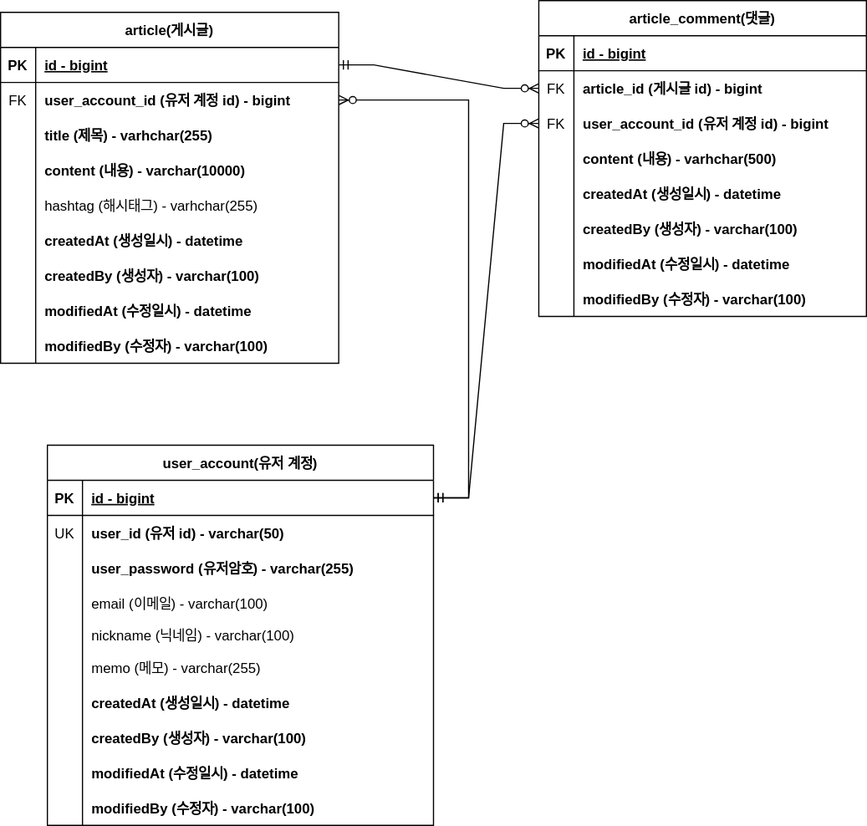
The draw.io diagram document/board-project.svg in daecheolsong/board-project, before a commit. Source tidied: cells renumbered, new cells last; positions are measured from the earlier drawing's top-left corner, leaving out a move shared by most shapes.
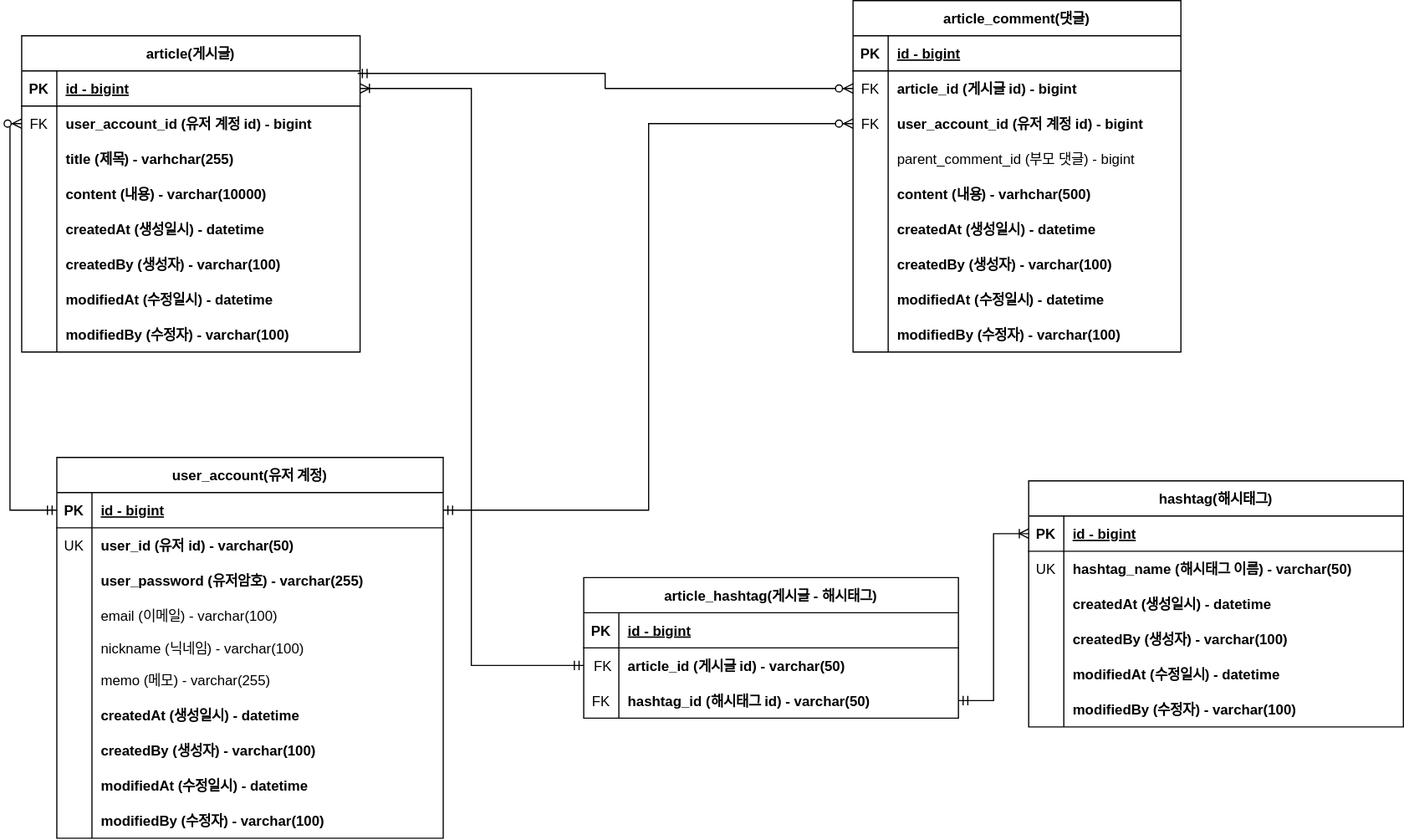
Above is the later version.

Commit message:
#48 - board-project.svg 업데이트: 대댓글, 해시태그

Diff of the diagram source:
```diff
@@ -3,7 +3,7 @@
     <mxCell id="0" />
     <mxCell id="1" parent="0" />
     <mxCell id="2" value="article(게시글)" style="shape=table;startSize=30;rowLines=0;fontStyle=1;align=center;" parent="1" vertex="1">
-      <mxGeometry y="10" width="289" height="300" as="geometry" />
+      <mxGeometry x="10" y="20" width="289" height="270" as="geometry" />
     </mxCell>
     <mxCell id="3" style="shape=partialRectangle;fillColor=none;points=[[0,0.5],[1,0.5]];portConstraint=eastwest;top=0;left=0;right=0;bottom=1;" parent="2" vertex="1">
       <mxGeometry y="30" width="289" height="30" as="geometry" />
@@ -41,17 +41,8 @@
     <mxCell id="14" value="content (내용) - varchar(10000)" style="shape=partialRectangle;overflow=hidden;fillColor=none;top=0;left=0;bottom=0;right=0;align=left;spacingLeft=6;fontStyle=1;" parent="12" vertex="1">
       <mxGeometry x="30" width="259" height="30" as="geometry" />
     </mxCell>
-    <mxCell id="15" style="shape=partialRectangle;fillColor=none;top=0;left=0;right=0;bottom=0;" parent="2" vertex="1">
-      <mxGeometry y="150" width="289" height="30" as="geometry" />
-    </mxCell>
-    <mxCell id="16" style="shape=partialRectangle;overflow=hidden;fillColor=none;top=0;left=0;bottom=0;right=0;" parent="15" vertex="1">
-      <mxGeometry width="30" height="30" as="geometry" />
-    </mxCell>
-    <mxCell id="17" value="hashtag (해시태그) - varhchar(255)" style="shape=partialRectangle;overflow=hidden;fillColor=none;top=0;left=0;bottom=0;right=0;align=left;spacingLeft=6;" parent="15" vertex="1">
-      <mxGeometry x="30" width="259" height="30" as="geometry" />
-    </mxCell>
     <mxCell id="18" style="shape=partialRectangle;fillColor=none;top=0;left=0;right=0;bottom=0;" parent="2" vertex="1">
-      <mxGeometry y="180" width="289" height="30" as="geometry" />
+      <mxGeometry y="150" width="289" height="30" as="geometry" />
     </mxCell>
     <mxCell id="19" style="shape=partialRectangle;overflow=hidden;fillColor=none;top=0;left=0;bottom=0;right=0;" parent="18" vertex="1">
       <mxGeometry width="30" height="30" as="geometry" />
@@ -60,7 +51,7 @@
       <mxGeometry x="30" width="259" height="30" as="geometry" />
     </mxCell>
     <mxCell id="21" style="shape=partialRectangle;fillColor=none;top=0;left=0;right=0;bottom=0;" parent="2" vertex="1">
-      <mxGeometry y="210" width="289" height="30" as="geometry" />
+      <mxGeometry y="180" width="289" height="30" as="geometry" />
     </mxCell>
     <mxCell id="22" style="shape=partialRectangle;overflow=hidden;fillColor=none;top=0;left=0;bottom=0;right=0;" parent="21" vertex="1">
       <mxGeometry width="30" height="30" as="geometry" />
@@ -69,7 +60,7 @@
       <mxGeometry x="30" width="259" height="30" as="geometry" />
     </mxCell>
     <mxCell id="24" style="shape=partialRectangle;fillColor=none;top=0;left=0;right=0;bottom=0;" parent="2" vertex="1">
-      <mxGeometry y="240" width="289" height="30" as="geometry" />
+      <mxGeometry y="210" width="289" height="30" as="geometry" />
     </mxCell>
     <mxCell id="25" style="shape=partialRectangle;overflow=hidden;fillColor=none;top=0;left=0;bottom=0;right=0;" parent="24" vertex="1">
       <mxGeometry width="30" height="30" as="geometry" />
@@ -78,7 +69,7 @@
       <mxGeometry x="30" width="259" height="30" as="geometry" />
     </mxCell>
     <mxCell id="27" style="shape=partialRectangle;fillColor=none;top=0;left=0;right=0;bottom=0;" parent="2" vertex="1">
-      <mxGeometry y="270" width="289" height="30" as="geometry" />
+      <mxGeometry y="240" width="289" height="30" as="geometry" />
     </mxCell>
     <mxCell id="28" style="shape=partialRectangle;overflow=hidden;fillColor=none;top=0;left=0;bottom=0;right=0;" parent="27" vertex="1">
       <mxGeometry width="30" height="30" as="geometry" />
@@ -87,7 +78,7 @@
       <mxGeometry x="30" width="259" height="30" as="geometry" />
     </mxCell>
     <mxCell id="30" value="article_comment(댓글)" style="shape=table;startSize=30;rowLines=0;fontStyle=1;align=center;" parent="1" vertex="1">
-      <mxGeometry x="460" width="280" height="270" as="geometry" />
+      <mxGeometry x="720" y="-10" width="280" height="300" as="geometry" />
     </mxCell>
     <mxCell id="31" style="shape=partialRectangle;fillColor=none;top=0;left=0;right=0;bottom=1;" parent="30" vertex="1">
       <mxGeometry y="30" width="280" height="30" as="geometry" />
@@ -116,8 +107,17 @@
     <mxCell id="39" value="user_account_id (유저 계정 id) - bigint" style="shape=partialRectangle;overflow=hidden;fillColor=none;top=0;left=0;bottom=0;right=0;align=left;spacingLeft=6;fontStyle=1;" parent="37" vertex="1">
       <mxGeometry x="30" width="250" height="30" as="geometry" />
     </mxCell>
+    <mxCell id="89" style="shape=partialRectangle;fillColor=none;top=0;left=0;right=0;bottom=0;" parent="30" vertex="1">
+      <mxGeometry y="120" width="280" height="30" as="geometry" />
+    </mxCell>
+    <mxCell id="90" style="shape=partialRectangle;overflow=hidden;fillColor=none;top=0;left=0;bottom=0;right=0;" parent="89" vertex="1">
+      <mxGeometry width="30" height="30" as="geometry" />
+    </mxCell>
+    <mxCell id="91" value="parent_comment_id (부모 댓글) - bigint" style="shape=partialRectangle;overflow=hidden;fillColor=none;top=0;left=0;bottom=0;right=0;align=left;spacingLeft=6;fontStyle=0;" parent="89" vertex="1">
+      <mxGeometry x="30" width="250" height="30" as="geometry" />
+    </mxCell>
     <mxCell id="40" style="shape=partialRectangle;fillColor=none;top=0;left=0;right=0;bottom=0;" parent="30" vertex="1">
-      <mxGeometry y="120" width="280" height="30" as="geometry" />
+      <mxGeometry y="150" width="280" height="30" as="geometry" />
     </mxCell>
     <mxCell id="41" style="shape=partialRectangle;overflow=hidden;fillColor=none;top=0;left=0;bottom=0;right=0;" parent="40" vertex="1">
       <mxGeometry width="30" height="30" as="geometry" />
@@ -126,7 +126,7 @@
       <mxGeometry x="30" width="250" height="30" as="geometry" />
     </mxCell>
     <mxCell id="43" style="shape=partialRectangle;fillColor=none;top=0;left=0;right=0;bottom=0;" parent="30" vertex="1">
-      <mxGeometry y="150" width="280" height="30" as="geometry" />
+      <mxGeometry y="180" width="280" height="30" as="geometry" />
     </mxCell>
     <mxCell id="44" style="shape=partialRectangle;overflow=hidden;fillColor=none;top=0;left=0;bottom=0;right=0;" parent="43" vertex="1">
       <mxGeometry width="30" height="30" as="geometry" />
@@ -135,7 +135,7 @@
       <mxGeometry x="30" width="250" height="30" as="geometry" />
     </mxCell>
     <mxCell id="46" style="shape=partialRectangle;fillColor=none;top=0;left=0;right=0;bottom=0;" parent="30" vertex="1">
-      <mxGeometry y="180" width="280" height="30" as="geometry" />
+      <mxGeometry y="210" width="280" height="30" as="geometry" />
     </mxCell>
     <mxCell id="47" style="shape=partialRectangle;overflow=hidden;fillColor=none;top=0;left=0;bottom=0;right=0;" parent="46" vertex="1">
       <mxGeometry width="30" height="30" as="geometry" />
@@ -144,7 +144,7 @@
       <mxGeometry x="30" width="250" height="30" as="geometry" />
     </mxCell>
     <mxCell id="49" style="shape=partialRectangle;fillColor=none;top=0;left=0;right=0;bottom=0;" parent="30" vertex="1">
-      <mxGeometry y="210" width="280" height="30" as="geometry" />
+      <mxGeometry y="240" width="280" height="30" as="geometry" />
     </mxCell>
     <mxCell id="50" style="shape=partialRectangle;overflow=hidden;fillColor=none;top=0;left=0;bottom=0;right=0;" parent="49" vertex="1">
       <mxGeometry width="30" height="30" as="geometry" />
@@ -153,7 +153,7 @@
       <mxGeometry x="30" width="250" height="30" as="geometry" />
     </mxCell>
     <mxCell id="52" style="shape=partialRectangle;fillColor=none;top=0;left=0;right=0;bottom=0;" parent="30" vertex="1">
-      <mxGeometry y="240" width="280" height="30" as="geometry" />
+      <mxGeometry y="270" width="280" height="30" as="geometry" />
     </mxCell>
     <mxCell id="53" style="shape=partialRectangle;overflow=hidden;fillColor=none;top=0;left=0;bottom=0;right=0;" parent="52" vertex="1">
       <mxGeometry width="30" height="30" as="geometry" />
@@ -161,7 +161,7 @@
     <mxCell id="54" value="modifiedBy (수정자) - varchar(100)" style="shape=partialRectangle;overflow=hidden;fillColor=none;top=0;left=0;bottom=0;right=0;align=left;spacingLeft=6;fontStyle=1;" parent="52" vertex="1">
       <mxGeometry x="30" width="250" height="30" as="geometry" />
     </mxCell>
-    <mxCell id="55" style="edgeStyle=entityRelationEdgeStyle;fontSize=12;html=1;endArrow=ERzeroToMany;startArrow=ERmandOne;rounded=0;" parent="1" edge="1" source="3" target="34">
+    <mxCell id="55" style="edgeStyle=elbowEdgeStyle;fontSize=12;html=1;endArrow=ERzeroToMany;startArrow=ERmandOne;rounded=0;exitX=0.993;exitY=0.073;exitDx=0;exitDy=0;exitPerimeter=0;entryX=0;entryY=0.5;entryDx=0;entryDy=0;" parent="1" edge="1" source="3" target="34">
       <mxGeometry relative="1" as="geometry" />
     </mxCell>
     <mxCell id="56" value="user_account(유저 계정)" style="shape=table;startSize=30;rowLines=0;fontStyle=1;align=center;" parent="1" vertex="1">
@@ -257,16 +257,109 @@
     <mxCell id="86" value="modifiedBy (수정자) - varchar(100)" style="shape=partialRectangle;overflow=hidden;fillColor=none;top=0;left=0;bottom=0;right=0;align=left;spacingLeft=6;fontStyle=1;" parent="84" vertex="1">
       <mxGeometry x="30" width="300" height="30" as="geometry" />
     </mxCell>
-    <mxCell id="87" style="edgeStyle=entityRelationEdgeStyle;fontSize=12;html=1;endArrow=ERzeroToMany;startArrow=ERmandOne;rounded=0;" parent="1" edge="1" source="57" target="6">
+    <mxCell id="87" style="edgeStyle=orthogonalEdgeStyle;fontSize=12;html=1;endArrow=ERzeroToMany;startArrow=ERmandOne;rounded=0;elbow=vertical;entryX=0;entryY=0.5;entryDx=0;entryDy=0;" parent="1" edge="1" source="57" target="6">
       <mxGeometry relative="1" as="geometry" />
     </mxCell>
-    <mxCell id="88" style="edgeStyle=entityRelationEdgeStyle;fontSize=12;html=1;endArrow=ERzeroToMany;startArrow=ERmandOne;rounded=0;exitX=1;exitY=0.5;exitDx=0;exitDy=0;" parent="1" edge="1" source="57" target="37">
-      <mxGeometry relative="1" as="geometry">
-        <Array as="points">
-          <mxPoint x="470" y="360" />
-          <mxPoint x="470" y="370" />
-        </Array>
-      </mxGeometry>
+    <mxCell id="88" style="edgeStyle=elbowEdgeStyle;fontSize=12;html=1;endArrow=ERzeroToMany;startArrow=ERmandOne;rounded=0;exitX=1;exitY=0.5;exitDx=0;exitDy=0;" parent="1" edge="1" source="57" target="37">
+      <mxGeometry relative="1" as="geometry" />
     </mxCell>
+    <mxCell id="92" value="hashtag(해시태그)" style="shape=table;startSize=30;rowLines=0;fontStyle=1;align=center;" parent="1" vertex="1">
+      <mxGeometry x="870" y="400" width="320" height="210" as="geometry" />
+    </mxCell>
+    <mxCell id="93" style="shape=partialRectangle;fillColor=none;points=[[0,0.5],[1,0.5]];portConstraint=eastwest;top=0;left=0;right=0;bottom=1;" parent="92" vertex="1">
+      <mxGeometry y="30" width="320" height="30" as="geometry" />
+    </mxCell>
+    <mxCell id="94" value="PK" style="shape=partialRectangle;overflow=hidden;fillColor=none;top=0;left=0;bottom=0;right=0;fontStyle=1;" parent="93" vertex="1">
+      <mxGeometry width="30" height="30" as="geometry" />
+    </mxCell>
+    <mxCell id="95" value="id - bigint" style="shape=partialRectangle;overflow=hidden;fillColor=none;top=0;left=0;bottom=0;right=0;align=left;spacingLeft=6;fontStyle=5;" parent="93" vertex="1">
+      <mxGeometry x="30" width="290" height="30" as="geometry" />
+    </mxCell>
+    <mxCell id="96" style="shape=partialRectangle;fillColor=none;top=0;left=0;right=0;bottom=0;" parent="92" vertex="1">
+      <mxGeometry y="60" width="320" height="30" as="geometry" />
+    </mxCell>
+    <mxCell id="97" value="UK" style="shape=partialRectangle;overflow=hidden;fillColor=none;top=0;left=0;bottom=0;right=0;" parent="96" vertex="1">
+      <mxGeometry width="30" height="30" as="geometry" />
+    </mxCell>
+    <mxCell id="98" value="hashtag_name (해시태그 이름) - varchar(50)" style="shape=partialRectangle;overflow=hidden;fillColor=none;top=0;left=0;bottom=0;right=0;align=left;spacingLeft=6;fontStyle=1;" parent="96" vertex="1">
+      <mxGeometry x="30" width="290" height="30" as="geometry" />
+    </mxCell>
+    <mxCell id="99" style="shape=partialRectangle;fillColor=none;top=0;left=0;right=0;bottom=0;" parent="92" vertex="1">
+      <mxGeometry y="90" width="320" height="30" as="geometry" />
+    </mxCell>
+    <mxCell id="100" style="shape=partialRectangle;overflow=hidden;fillColor=none;top=0;left=0;bottom=0;right=0;" parent="99" vertex="1">
+      <mxGeometry width="30" height="30" as="geometry" />
+    </mxCell>
+    <mxCell id="101" value="createdAt (생성일시) - datetime" style="shape=partialRectangle;overflow=hidden;fillColor=none;top=0;left=0;bottom=0;right=0;align=left;spacingLeft=6;fontStyle=1;" parent="99" vertex="1">
+      <mxGeometry x="30" width="290" height="30" as="geometry" />
+    </mxCell>
+    <mxCell id="102" style="shape=partialRectangle;fillColor=none;top=0;left=0;right=0;bottom=0;" parent="92" vertex="1">
+      <mxGeometry y="120" width="320" height="30" as="geometry" />
+    </mxCell>
+    <mxCell id="103" style="shape=partialRectangle;overflow=hidden;fillColor=none;top=0;left=0;bottom=0;right=0;" parent="102" vertex="1">
+      <mxGeometry width="30" height="30" as="geometry" />
+    </mxCell>
+    <mxCell id="104" value="createdBy (생성자) - varchar(100)" style="shape=partialRectangle;overflow=hidden;fillColor=none;top=0;left=0;bottom=0;right=0;align=left;spacingLeft=6;fontStyle=1;" parent="102" vertex="1">
+      <mxGeometry x="30" width="290" height="30" as="geometry" />
+    </mxCell>
+    <mxCell id="105" style="shape=partialRectangle;fillColor=none;top=0;left=0;right=0;bottom=0;" parent="92" vertex="1">
+      <mxGeometry y="150" width="320" height="30" as="geometry" />
+    </mxCell>
+    <mxCell id="106" style="shape=partialRectangle;overflow=hidden;fillColor=none;top=0;left=0;bottom=0;right=0;" parent="105" vertex="1">
+      <mxGeometry width="30" height="30" as="geometry" />
+    </mxCell>
+    <mxCell id="107" value="modifiedAt (수정일시) - datetime" style="shape=partialRectangle;overflow=hidden;fillColor=none;top=0;left=0;bottom=0;right=0;align=left;spacingLeft=6;fontStyle=1;" parent="105" vertex="1">
+      <mxGeometry x="30" width="290" height="30" as="geometry" />
+    </mxCell>
+    <mxCell id="108" style="shape=partialRectangle;fillColor=none;top=0;left=0;right=0;bottom=0;" parent="92" vertex="1">
+      <mxGeometry y="180" width="320" height="30" as="geometry" />
+    </mxCell>
+    <mxCell id="109" style="shape=partialRectangle;overflow=hidden;fillColor=none;top=0;left=0;bottom=0;right=0;" parent="108" vertex="1">
+      <mxGeometry width="30" height="30" as="geometry" />
+    </mxCell>
+    <mxCell id="110" value="modifiedBy (수정자) - varchar(100)" style="shape=partialRectangle;overflow=hidden;fillColor=none;top=0;left=0;bottom=0;right=0;align=left;spacingLeft=6;fontStyle=1;" parent="108" vertex="1">
+      <mxGeometry x="30" width="290" height="30" as="geometry" />
+    </mxCell>
+    <mxCell id="111" value="article_hashtag(게시글 - 해시태그)" style="shape=table;startSize=30;rowLines=0;fontStyle=1;align=center;" parent="1" vertex="1">
+      <mxGeometry x="490" y="482.5" width="320" height="120" as="geometry" />
+    </mxCell>
+    <mxCell id="112" style="shape=partialRectangle;fillColor=none;top=0;left=0;right=0;bottom=1;" parent="111" vertex="1">
+      <mxGeometry y="30" width="320" height="30" as="geometry" />
+    </mxCell>
+    <mxCell id="113" value="PK" style="shape=partialRectangle;overflow=hidden;fillColor=none;top=0;left=0;bottom=0;right=0;fontStyle=1;" parent="112" vertex="1">
+      <mxGeometry width="30" height="30" as="geometry" />
+    </mxCell>
+    <mxCell id="114" value="id - bigint" style="shape=partialRectangle;overflow=hidden;fillColor=none;top=0;left=0;bottom=0;right=0;align=left;spacingLeft=6;fontStyle=5;" parent="112" vertex="1">
+      <mxGeometry x="30" width="290" height="30" as="geometry" />
+    </mxCell>
+    <mxCell id="115" style="shape=partialRectangle;fillColor=none;points=[[0,0.5],[1,0.5]];portConstraint=eastwest;top=0;left=0;right=0;bottom=0;" parent="111" vertex="1">
+      <mxGeometry y="60" width="320" height="30" as="geometry" />
+    </mxCell>
+    <mxCell id="116" value=" FK" style="shape=partialRectangle;overflow=hidden;fillColor=none;top=0;left=0;bottom=0;right=0;" parent="115" vertex="1">
+      <mxGeometry width="30" height="30" as="geometry" />
+    </mxCell>
+    <mxCell id="117" value="article_id (게시글 id) - varchar(50)" style="shape=partialRectangle;overflow=hidden;fillColor=none;top=0;left=0;bottom=0;right=0;align=left;spacingLeft=6;fontStyle=1;" parent="115" vertex="1">
+      <mxGeometry x="30" width="290" height="30" as="geometry" />
+    </mxCell>
+    <mxCell id="118" style="shape=partialRectangle;fillColor=none;points=[[0,0.5],[1,0.5]];portConstraint=eastwest;top=0;left=0;right=0;bottom=0;" parent="111" vertex="1">
+      <mxGeometry y="90" width="320" height="30" as="geometry" />
+    </mxCell>
+    <mxCell id="119" value="FK" style="shape=partialRectangle;overflow=hidden;fillColor=none;top=0;left=0;bottom=0;right=0;" parent="118" vertex="1">
+      <mxGeometry width="30" height="30" as="geometry" />
+    </mxCell>
+    <mxCell id="120" value="hashtag_id (해시태그 id) - varchar(50)" style="shape=partialRectangle;overflow=hidden;fillColor=none;top=0;left=0;bottom=0;right=0;align=left;spacingLeft=6;fontStyle=1;" parent="118" vertex="1">
+      <mxGeometry x="30" width="290" height="30" as="geometry" />
+    </mxCell>
+    <mxCell id="121" style="edgeStyle=elbowEdgeStyle;fontSize=12;html=1;endArrow=ERoneToMany;startArrow=ERmandOne;rounded=0;exitX=0;exitY=0.5;exitDx=0;exitDy=0;" parent="1" edge="1" source="115" target="3">
+      <mxGeometry relative="1" as="geometry" />
+    </mxCell>
+    <mxCell id="122" style="edgeStyle=entityRelationEdgeStyle;fontSize=12;html=1;endArrow=ERoneToMany;startArrow=ERmandOne;rounded=0;" parent="1" edge="1" source="118" target="93">
+      <mxGeometry relative="1" as="geometry">
+        <Array as="points">
+          <mxPoint x="772" y="360.5" />
+          <mxPoint x="802" y="330.5" />
+        </Array>
+      </mxGeometry>
+    </mxCell>
   </root>
 </mxGraphModel>
```
